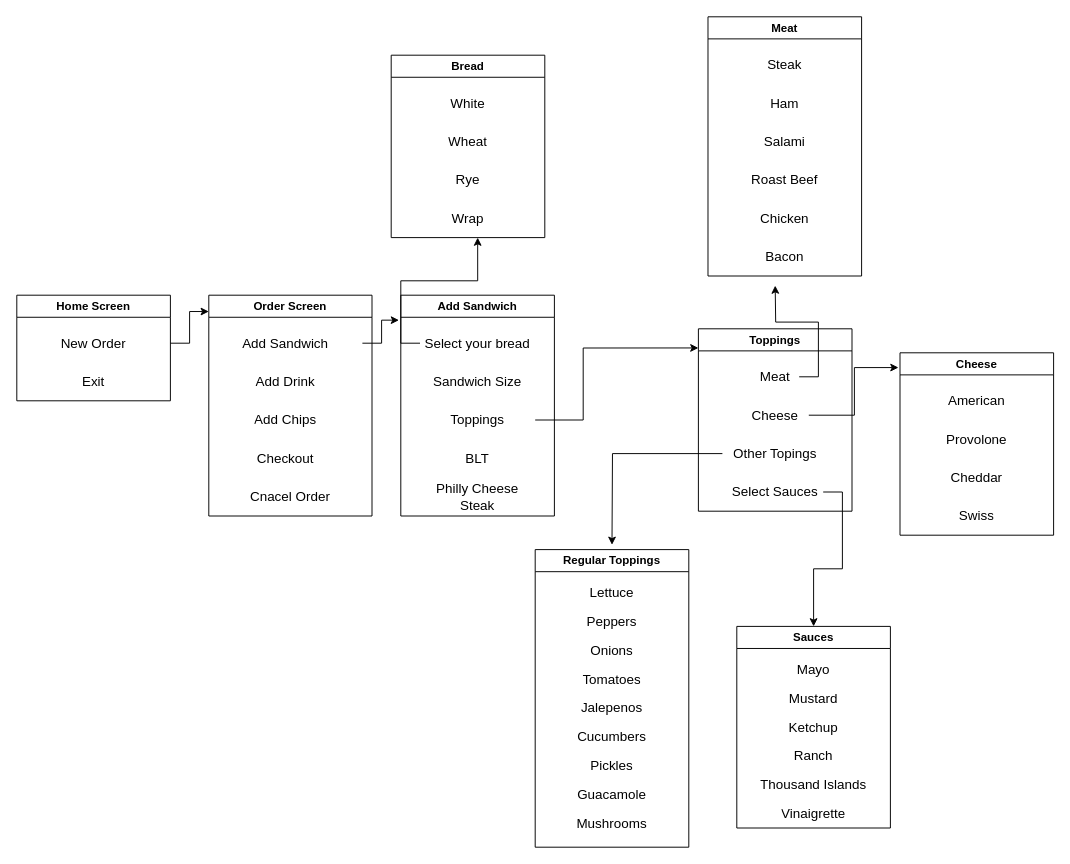
The draw.io diagram ClassDiagram.drawio in YearUp2024/Capstone2, before the edit. Source tidied: cells renumbered, new cells numbered last; positions are measured from the earlier drawing's top-left corner, leaving out a move shared by most shapes. Both pictures are drawn from the tidied source at 96%, with x=0, y=0 at pixel (16, 16).
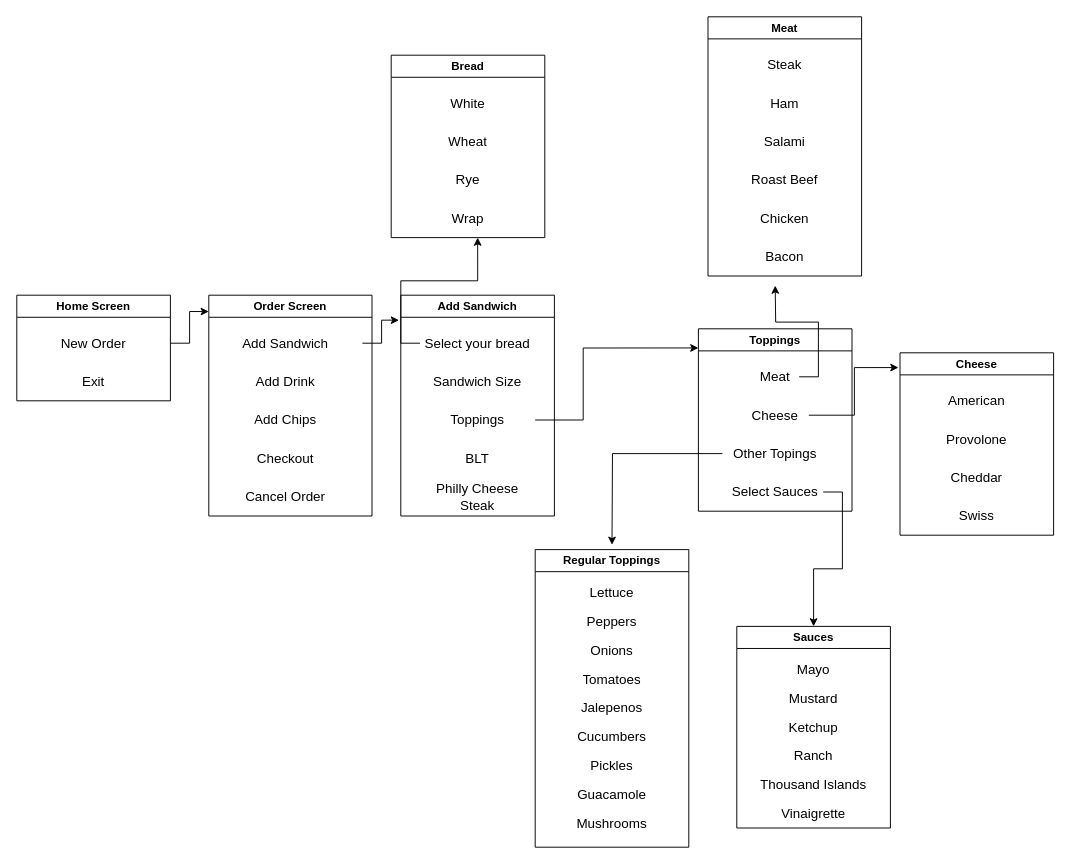
The same page after the edit.

Commit message (it also covers changes not shown here):
OrderScreen and UserInterface class working

Unchanged cells that the change refers to:
```xml
<mxCell id="2" value="Order Screen" style="swimlane;whiteSpace=wrap;html=1;" parent="1" vertex="1">
  <mxGeometry x="200" y="290" width="170" height="230" as="geometry" />
</mxCell>
```

Change to the diagram source:
```diff
@@
-    <mxCell id="7" value="&lt;font style=&quot;font-size: 14px;&quot;&gt;Cnacel Order&lt;/font&gt;" style="text;strokeColor=none;fillColor=none;align=center;verticalAlign=middle;spacingLeft=4;spacingRight=4;overflow=hidden;whiteSpace=wrap;html=1;" parent="2" vertex="1">
-      <mxGeometry x="5" y="190" width="160" height="40" as="geometry" />
-    </mxCell>
+    <mxCell id="64" value="&lt;font style=&quot;font-size: 14px;&quot;&gt;Cancel Order&lt;/font&gt;" style="text;strokeColor=none;fillColor=none;align=center;verticalAlign=middle;spacingLeft=4;spacingRight=4;overflow=hidden;whiteSpace=wrap;html=1;" parent="2" vertex="1">
+      <mxGeometry y="190" width="160" height="40" as="geometry" />
+    </mxCell>
```
